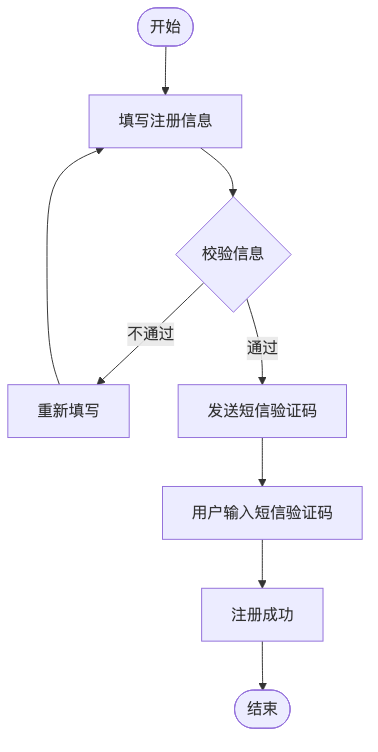
The Mermaid diagram docs/images/case_register.png in umeiko/Flowchart-cli, before a commit. Its source is kept beside it as docs/images/case_register.mmd. Its diagram source:
```mermaid
flowchart TD
    Start(["开始"]) --> FillInfo["填写注册信息"]
    FillInfo --> Validate{"校验信息"}
    Validate -->|"不通过"| Retry["重新填写"]
    Retry --> FillInfo
    Validate -->|"通过"| SendSMS["发送短信验证码"]
    SendSMS --> InputSMS["用户输入短信验证码"]
    InputSMS --> Success["注册成功"]
    Success --> Finish(["结束"])
```
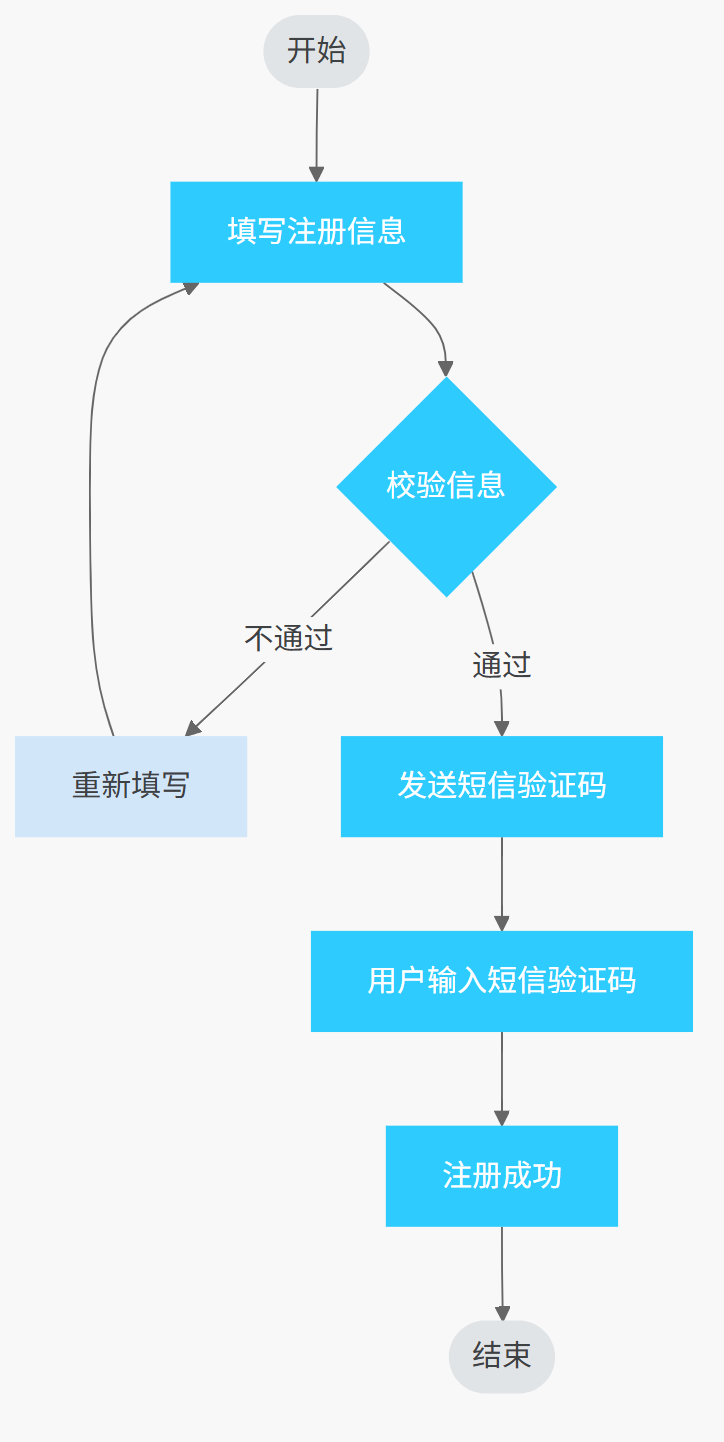
After the change.

The edit, as a diff of the source:
```diff
@@ -1,9 +1,13 @@
+%%{init: {'theme': 'base', 'themeVariables': {'primaryColor': '#F5F8FF', 'primaryTextColor': '#3E4144', 'primaryBorderColor': 'transparent', 'lineColor': '#666666', 'secondaryColor': '#D2E6FA', 'tertiaryColor': '#F5F8FF', 'clusterBkg': '#D2E6FA', 'clusterBorder': '#666666', 'edgeLabelBackground': '#F8F8F8'}}}%%
 flowchart TD
-    Start(["开始"]) --> FillInfo["填写注册信息"]
-    FillInfo --> Validate{"校验信息"}
-    Validate -->|"不通过"| Retry["重新填写"]
-    Retry --> FillInfo
-    Validate -->|"通过"| SendSMS["发送短信验证码"]
-    SendSMS --> InputSMS["用户输入短信验证码"]
-    InputSMS --> Success["注册成功"]
-    Success --> Finish(["结束"])
+    classDef terminal fill:#E1E4E6,color:#3E4144,stroke-width:0
+    classDef required fill:#2ECBFF,color:#FFFFFF,stroke-width:0
+    classDef optional fill:#D2E6FA,color:#3E4144,stroke-width:0
+    start([开始]):::terminal --> fill_info[填写注册信息]:::required
+    fill_info --> check_info{校验信息}:::required
+    check_info -->|不通过| refill[重新填写]:::optional
+    refill --> fill_info
+    check_info -->|通过| send_code[发送短信验证码]:::required
+    send_code --> input_code[用户输入短信验证码]:::required
+    input_code --> success[注册成功]:::required
+    success --> finish([结束]):::terminal
```
